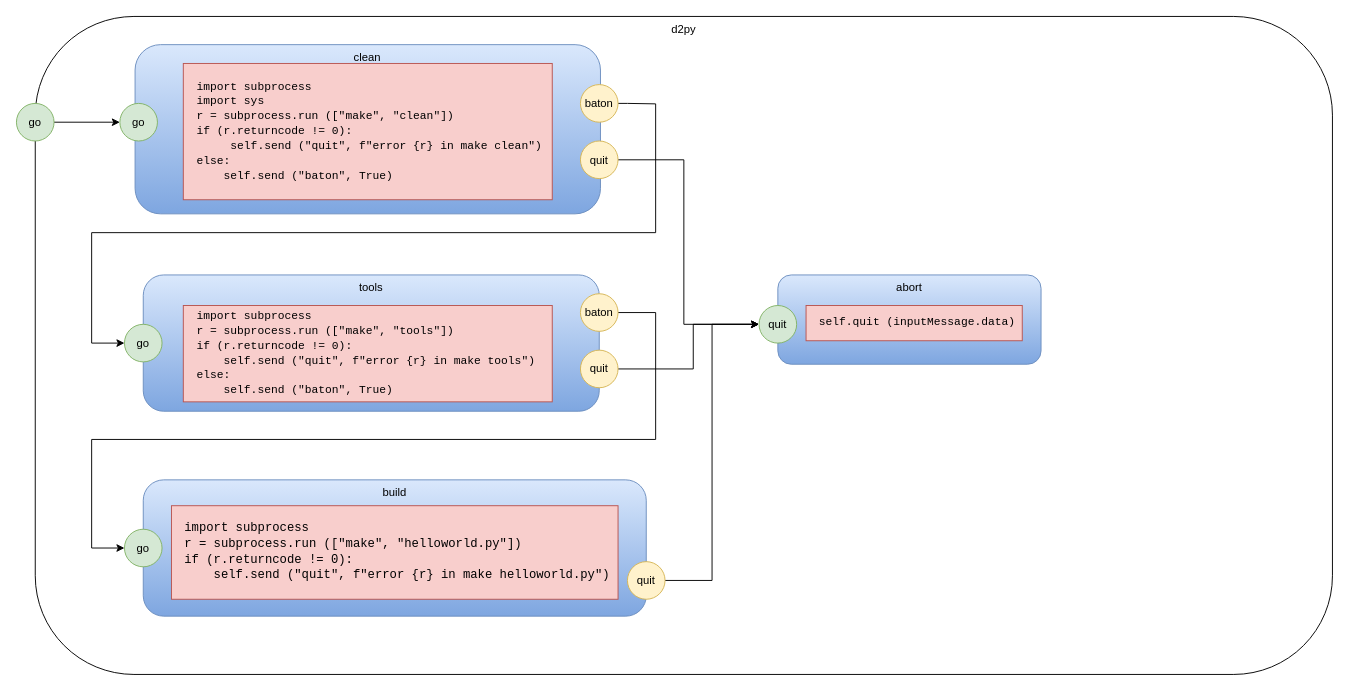
Earlier version of the draw.io diagram d2py.drawio (guitarvydas/das). Source tidied: cells renumbered, new cells numbered last; positions are measured from the earlier drawing's top-left corner, leaving out a move shared by most shapes. Both pictures are drawn from the tidied source at 94%, with x=0, y=0 at pixel (16, 16).
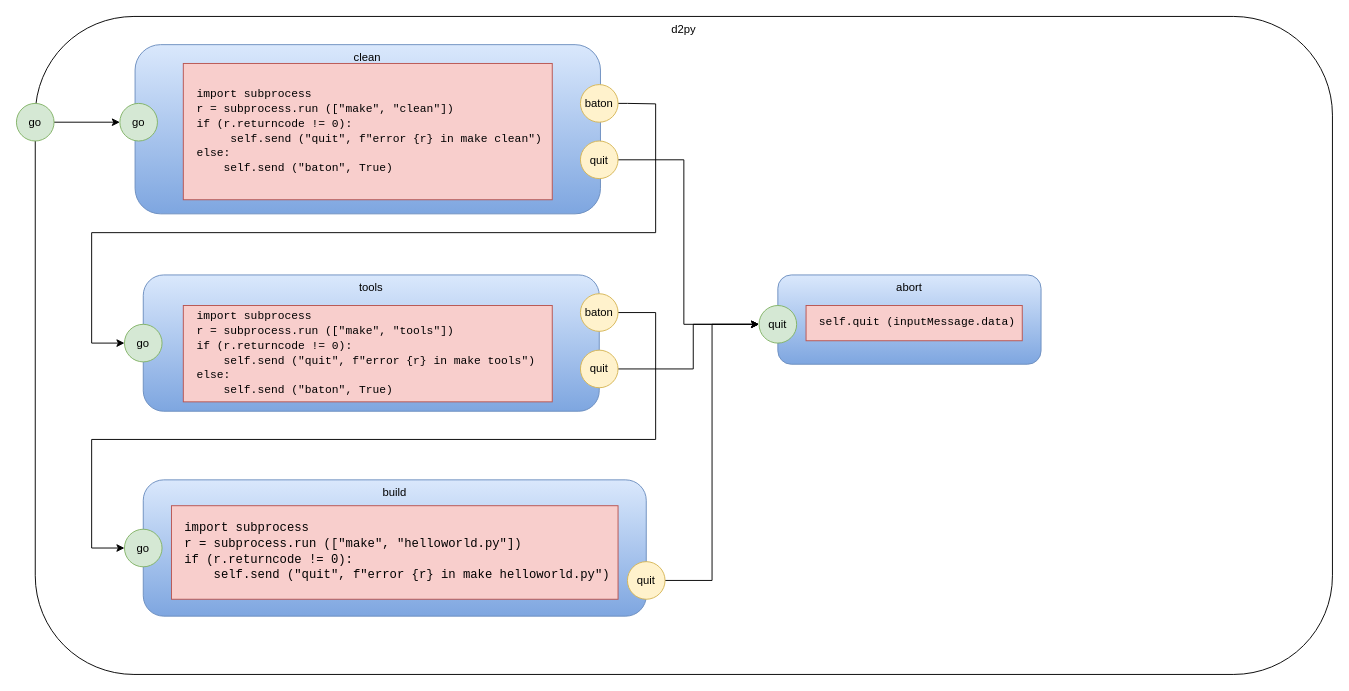
Above is the later version.

Commit message (it also covers changes not shown here):
remove redundant import

The edit, as a diff of the source:
```diff
@@
-    <mxCell id="6" value="&lt;pre class=&quot;lang-py s-code-block&quot; style=&quot;margin-top: 0px ; margin-bottom: 0px ; padding: 12px ; border: 0px ; font-stretch: inherit ; line-height: 1.30769 ; vertical-align: baseline ; box-sizing: inherit ; width: auto ; max-height: 600px ; overflow: auto ; border-radius: 5px ; overflow-wrap: normal&quot;&gt;import subprocess&lt;br&gt;import sys&lt;br&gt;r = subprocess.run ([&quot;make&quot;, &quot;clean&quot;])&lt;br&gt;if (r.returncode != 0):&lt;br&gt;     self.send (&quot;quit&quot;, f&quot;error {r} in make clean&quot;)&lt;br&gt;else:&lt;br&gt;    self.send (&quot;baton&quot;, True)&lt;/pre&gt;&lt;div&gt;&lt;/div&gt;" style="rounded=0;whiteSpace=wrap;html=1;fillColor=#f8cecc;strokeColor=#b85450;align=left;" parent="1" vertex="1">
+    <mxCell id="6" value="&lt;pre class=&quot;lang-py s-code-block&quot; style=&quot;margin-top: 0px ; margin-bottom: 0px ; padding: 12px ; border: 0px ; font-stretch: inherit ; line-height: 1.30769 ; vertical-align: baseline ; box-sizing: inherit ; width: auto ; max-height: 600px ; overflow: auto ; border-radius: 5px ; overflow-wrap: normal&quot;&gt;import subprocess&lt;br&gt;r = subprocess.run ([&quot;make&quot;, &quot;clean&quot;])&lt;br&gt;if (r.returncode != 0):&lt;br&gt;     self.send (&quot;quit&quot;, f&quot;error {r} in make clean&quot;)&lt;br&gt;else:&lt;br&gt;    self.send (&quot;baton&quot;, True)&lt;/pre&gt;&lt;div&gt;&lt;/div&gt;" style="rounded=0;whiteSpace=wrap;html=1;fillColor=#f8cecc;strokeColor=#b85450;align=left;" parent="1" vertex="1">
       <mxGeometry x="177.5" y="50" width="392.5" height="145" as="geometry" />
     </mxCell>
```
